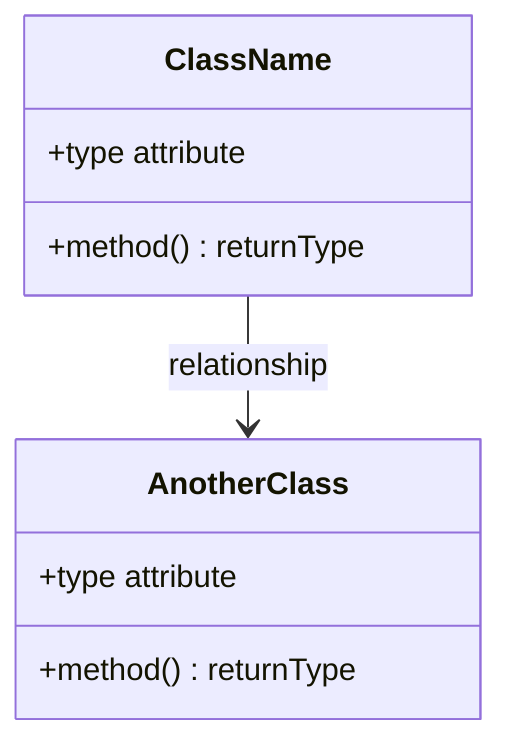
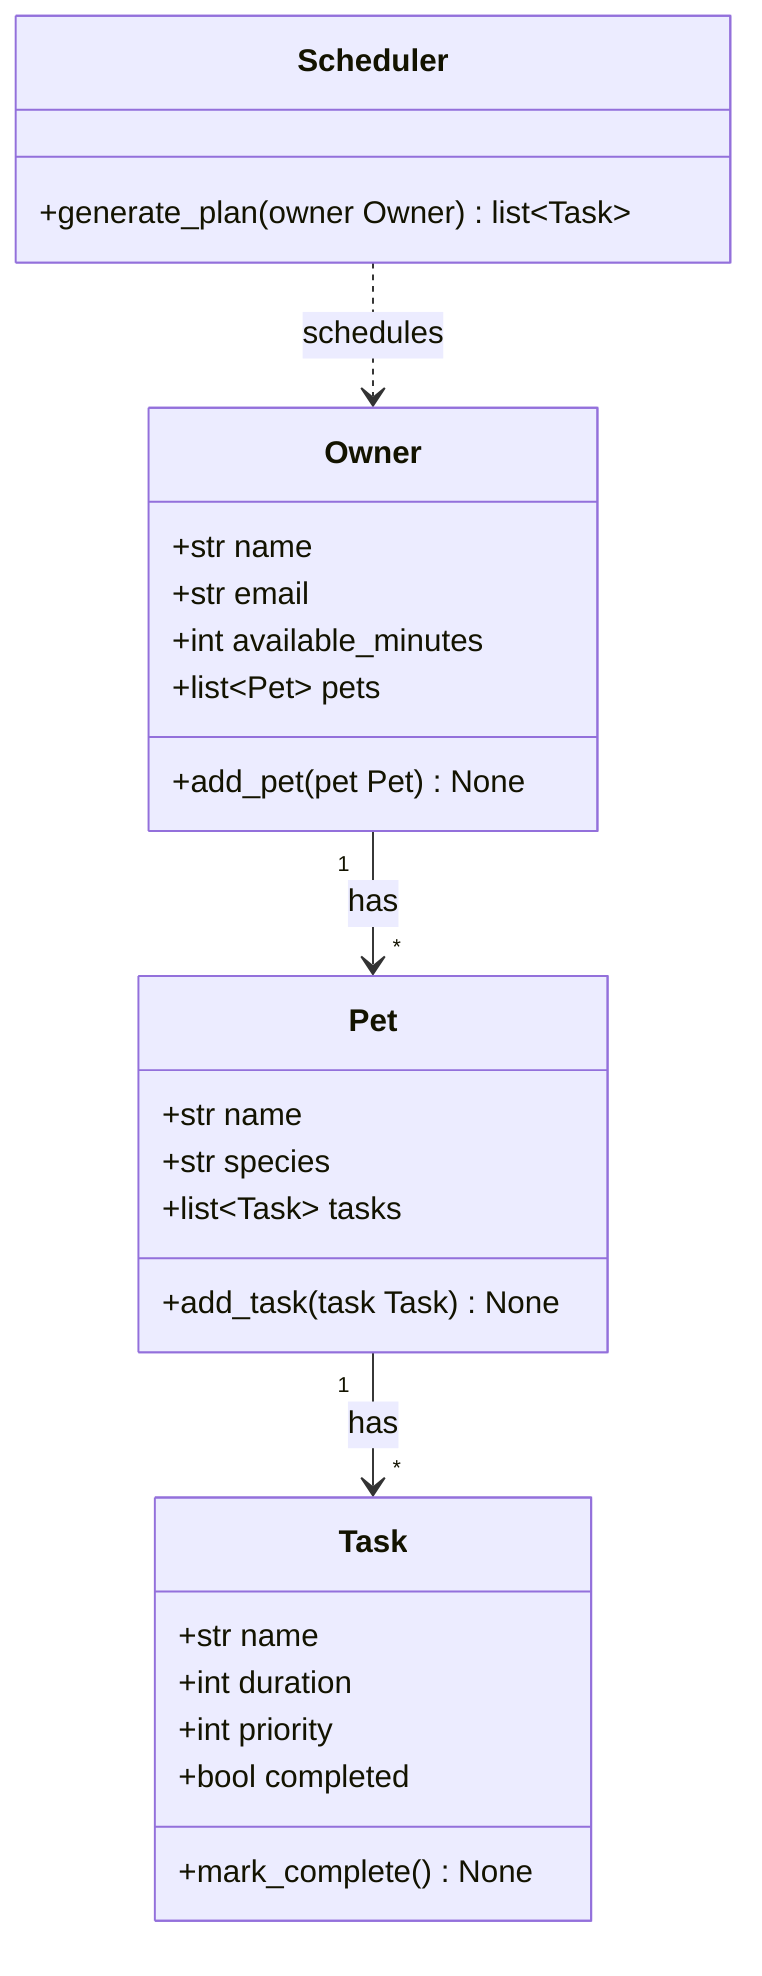
classDiagram
-     %% Replace the placeholders below with your actual classes, attributes, methods, and relationships.
-     %% Keep this file updated so it matches your final implementation.
- 
-     class ClassName {
-         +type attribute
-         +method() returnType
+     class Owner {
+         +str name
+         +str email
+         +int available_minutes
+         +list~Pet~ pets
+         +add_pet(pet Pet) None
    }

-     class AnotherClass {
-         +type attribute
-         +method() returnType
+     class Pet {
+         +str name
+         +str species
+         +list~Task~ tasks
+         +add_task(task Task) None
    }

-     ClassName --> AnotherClass : relationship
+     class Task {
+         +str name
+         +int duration
+         +int priority
+         +bool completed
+         +mark_complete() None
+     }
+ 
+     class Scheduler {
+         +generate_plan(owner Owner) list~Task~
+     }
+ 
+     Owner "1" --> "*" Pet : has
+     Pet "1" --> "*" Task : has
+     Scheduler ..> Owner : schedules
